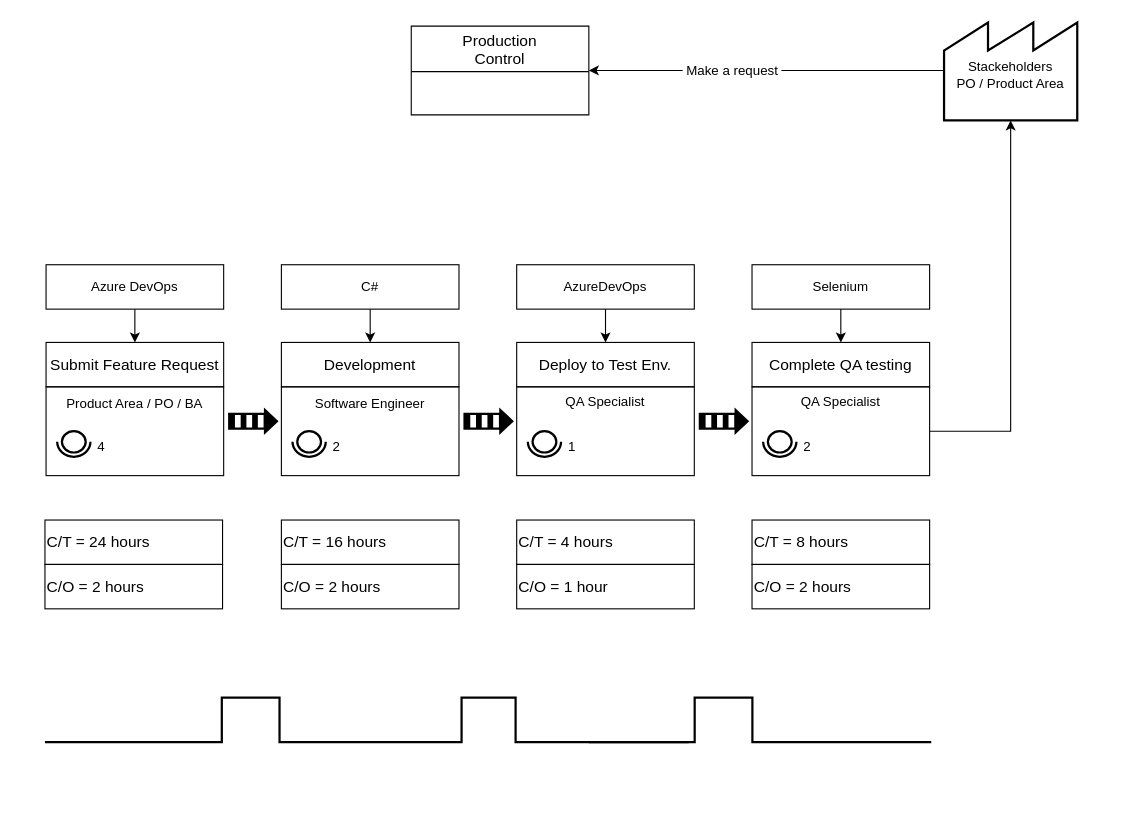
evertondanilo/ionic-preview-app keeps this draw.io diagram as page "VSMCurrent" (1 of 2) of src/assets/VSMCurrent.drawio. Above is the earlier version. Source tidied: cells renumbered, new cells numbered last; positions are measured from the earlier drawing's top-left corner, leaving out a move shared by most shapes. Both pictures are drawn from the tidied source at 111%, with x=0, y=0 at pixel (44, 20).
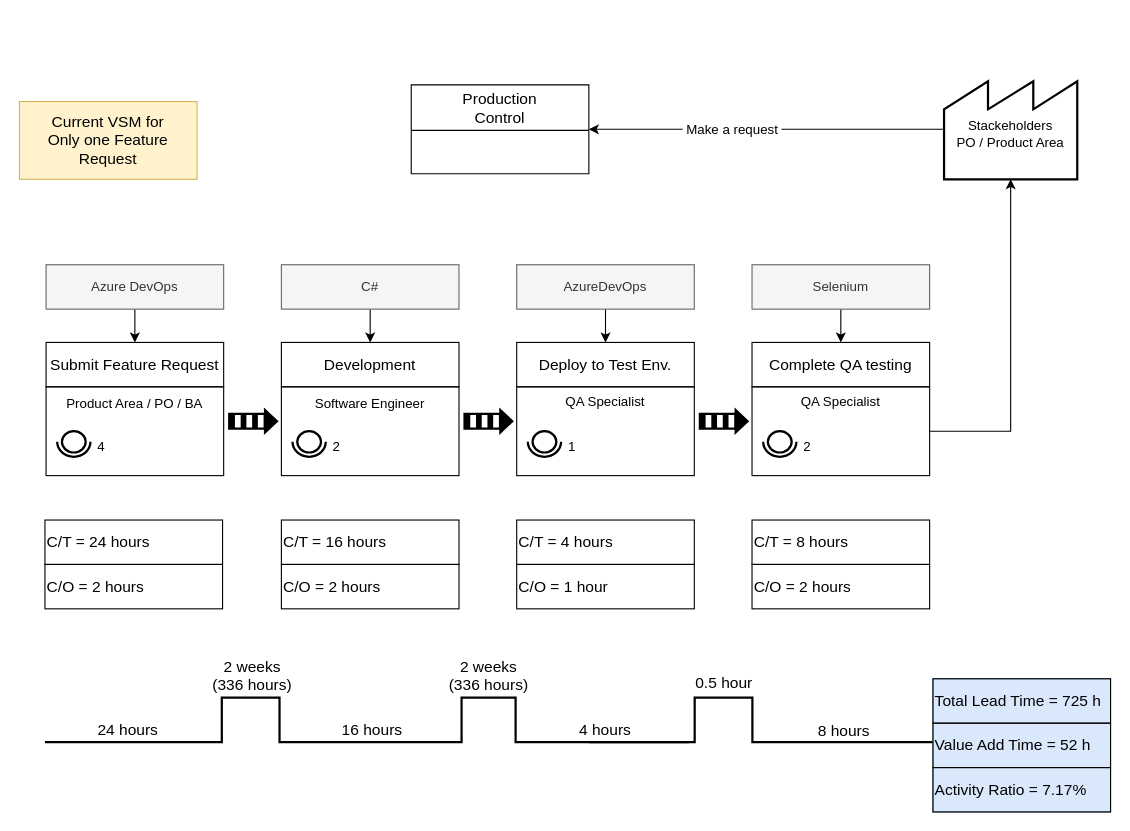
The same diagram, later.

Diff of the diagram source:
```diff
@@
     <mxCell id="4" value="Stackeholders&lt;br&gt;PO / Product Area" style="strokeWidth=2;html=1;shape=mxgraph.lean_mapping.outside_sources;whiteSpace=wrap;align=center;verticalAlign=middle;spacingTop=8;" parent="1" vertex="1">
-      <mxGeometry x="810" width="120" height="90" as="geometry" />
+      <mxGeometry x="810" y="53" width="120" height="90" as="geometry" />
     </mxCell>
     <mxCell id="5" value="Production&#10;Control" style="swimlane;fontStyle=0;horizontal=1;startSize=41;align=center;fontSize=14;" parent="1" vertex="1">
-      <mxGeometry x="330" y="5" width="160" height="80" as="geometry" />
+      <mxGeometry x="330" y="58" width="160" height="80" as="geometry" />
     </mxCell>
@@
-    <mxCell id="27" value="Azure DevOps" style="rounded=0;whiteSpace=wrap;html=1;fillColor=none;align=center;" parent="1" vertex="1">
+    <mxCell id="27" value="Azure DevOps" style="rounded=0;whiteSpace=wrap;html=1;fillColor=#f5f5f5;align=center;strokeColor=#666666;fontColor=#333333;" parent="1" vertex="1">
       <mxGeometry x="1" y="220" width="160" height="40" as="geometry" />
     </mxCell>
@@
-    <mxCell id="29" value="C#" style="rounded=0;whiteSpace=wrap;html=1;fillColor=none;align=center;" parent="1" vertex="1">
+    <mxCell id="29" value="C#" style="rounded=0;whiteSpace=wrap;html=1;fillColor=#f5f5f5;align=center;strokeColor=#666666;fontColor=#333333;" parent="1" vertex="1">
       <mxGeometry x="213" y="220" width="160" height="40" as="geometry" />
     </mxCell>
@@
-    <mxCell id="31" value="AzureDevOps" style="rounded=0;whiteSpace=wrap;html=1;fillColor=none;align=center;" parent="1" vertex="1">
+    <mxCell id="31" value="AzureDevOps" style="rounded=0;whiteSpace=wrap;html=1;fillColor=#f5f5f5;align=center;strokeColor=#666666;fontColor=#333333;" parent="1" vertex="1">
       <mxGeometry x="425" y="220" width="160" height="40" as="geometry" />
     </mxCell>
@@
-    <mxCell id="33" value="Selenium" style="rounded=0;whiteSpace=wrap;html=1;fillColor=none;align=center;" parent="1" vertex="1">
+    <mxCell id="33" value="Selenium" style="rounded=0;whiteSpace=wrap;html=1;fillColor=#f5f5f5;align=center;strokeColor=#666666;fontColor=#333333;" parent="1" vertex="1">
       <mxGeometry x="637" y="220" width="160" height="40" as="geometry" />
     </mxCell>
@@
     <mxCell id="50" style="group;" parent="1" vertex="1">
-      <mxGeometry y="610" width="867" height="50" as="geometry" />
+      <mxGeometry y="610" width="959" height="103" as="geometry" />
     </mxCell>
@@
-    <mxCell id="53" style="rounded=0;whiteSpace=wrap;html=1;fontSize=14;align=center;strokeColor=#FFFFFF;" parent="50" vertex="1">
-      <mxGeometry x="799" y="20" width="68" height="30" as="geometry" />
-    </mxCell>
+    <mxCell id="54" value="16 hours" style="text;html=1;strokeColor=none;fillColor=none;align=center;verticalAlign=middle;whiteSpace=wrap;rounded=0;fontSize=14;" parent="50" vertex="1">
+      <mxGeometry x="250" y="19" width="90" height="20" as="geometry" />
+    </mxCell>
+    <mxCell id="55" value="4 hours" style="text;html=1;strokeColor=none;fillColor=none;align=center;verticalAlign=middle;whiteSpace=wrap;rounded=0;fontSize=14;" parent="50" vertex="1">
+      <mxGeometry x="460" y="19" width="90" height="20" as="geometry" />
+    </mxCell>
+    <mxCell id="56" value="8 hours" style="text;html=1;strokeColor=none;fillColor=none;align=center;verticalAlign=middle;whiteSpace=wrap;rounded=0;fontSize=14;" parent="50" vertex="1">
+      <mxGeometry x="675" y="20" width="90" height="20" as="geometry" />
+    </mxCell>
+    <mxCell id="57" value="24 hours" style="text;html=1;strokeColor=none;fillColor=none;align=center;verticalAlign=middle;whiteSpace=wrap;rounded=0;fontSize=14;" parent="50" vertex="1">
+      <mxGeometry x="30" y="19" width="90" height="20" as="geometry" />
+    </mxCell>
+    <mxCell id="58" style="group;fillColor=#dae8fc;strokeColor=#6c8ebf;" parent="50" vertex="1">
+      <mxGeometry x="800" y="-17" width="160" height="120" as="geometry" />
+    </mxCell>
+    <mxCell id="59" value="&lt;span style=&quot;font-size: 14px&quot;&gt;Total Lead Time = 725 h&lt;/span&gt;" style="rounded=0;whiteSpace=wrap;html=1;fillColor=none;align=left;" parent="58" vertex="1">
+      <mxGeometry width="160" height="40" as="geometry" />
+    </mxCell>
+    <mxCell id="60" value="&lt;span style=&quot;font-size: 14px&quot;&gt;Value Add Time = 52 h&lt;/span&gt;" style="rounded=0;whiteSpace=wrap;html=1;fillColor=none;align=left;" parent="58" vertex="1">
+      <mxGeometry y="40" width="160" height="40" as="geometry" />
+    </mxCell>
+    <mxCell id="61" value="&lt;span style=&quot;font-size: 14px&quot;&gt;Activity Ratio = 7.17%&lt;/span&gt;" style="rounded=0;whiteSpace=wrap;html=1;fillColor=none;align=left;" parent="58" vertex="1">
+      <mxGeometry y="80" width="160" height="40" as="geometry" />
+    </mxCell>
+    <mxCell id="62" value="2 weeks &lt;br&gt;(336 hours)" style="text;html=1;strokeColor=none;fillColor=none;align=center;verticalAlign=middle;whiteSpace=wrap;rounded=0;fontSize=14;" parent="1" vertex="1">
+      <mxGeometry x="127" y="573" width="120" height="34" as="geometry" />
+    </mxCell>
+    <mxCell id="63" value="0.5 hour" style="text;html=1;strokeColor=none;fillColor=none;align=center;verticalAlign=middle;whiteSpace=wrap;rounded=0;fontSize=14;" parent="1" vertex="1">
+      <mxGeometry x="575.5" y="587" width="72" height="20" as="geometry" />
+    </mxCell>
+    <mxCell id="64" value="Current VSM for&lt;br&gt;Only one Feature Request" style="rounded=0;whiteSpace=wrap;html=1;strokeColor=#d6b656;fillColor=#fff2cc;fontSize=14;align=center;" parent="1" vertex="1">
+      <mxGeometry x="-23" y="73" width="160" height="70" as="geometry" />
+    </mxCell>
+    <mxCell id="65" value="2 weeks &lt;br&gt;(336 hours)" style="text;html=1;strokeColor=none;fillColor=none;align=center;verticalAlign=middle;whiteSpace=wrap;rounded=0;fontSize=14;" parent="1" vertex="1">
+      <mxGeometry x="339.5" y="573" width="120" height="34" as="geometry" />
+    </mxCell>
```
